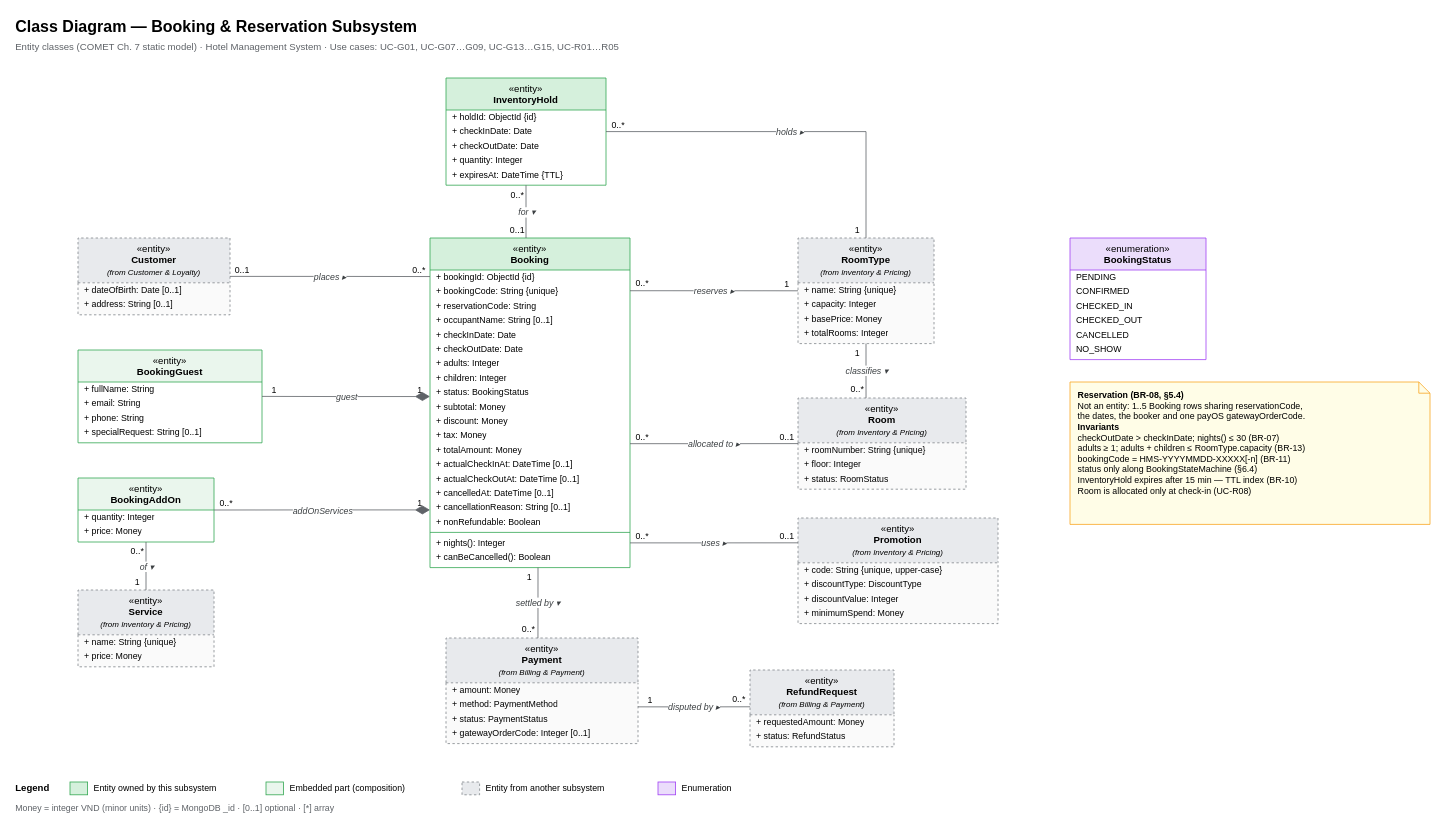
Earlier version of the draw.io diagram diagrams/class_diagrams/02_Booking_Reservation_ClassDiagram.drawio (toikobi401/SWD392). Source tidied: cells renumbered, new cells numbered last; positions are measured from the earlier drawing's top-left corner, leaving out a move shared by most shapes. Both pictures are drawn from the tidied source at 80%, with x=0, y=0 at pixel (14, 14).
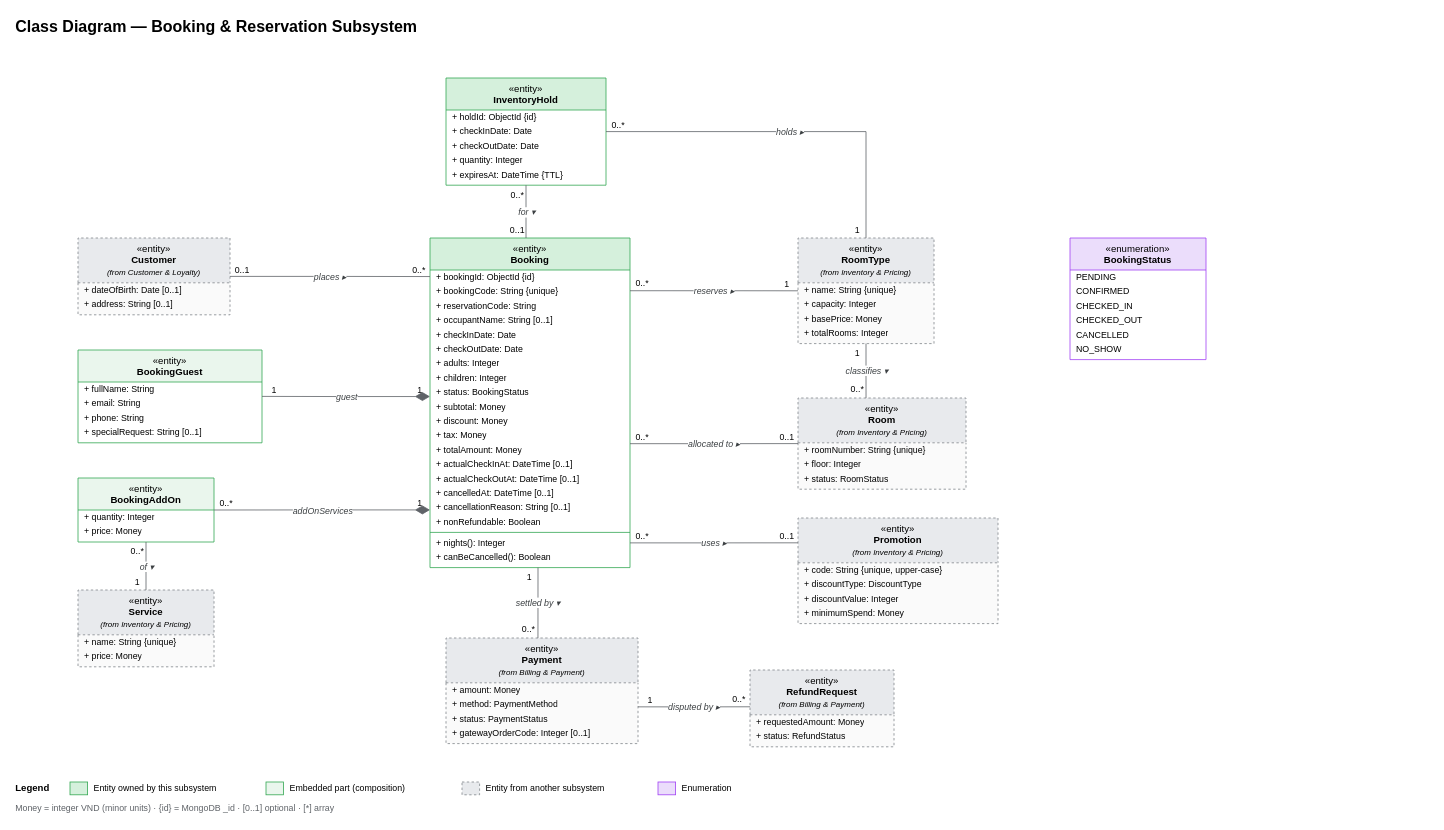
After the change.

Commit message (it also covers changes not shown here):
modified class diagrams

Change to the diagram source:
```diff
@@
-    <mxCell id="3" value="Entity classes (COMET Ch. 7 static model) · Hotel Management System · Use cases: UC-G01, UC-G07…G09, UC-G13…G15, UC-R01…R05" style="text;html=1;align=left;verticalAlign=middle;fontSize=12;fontColor=#5F6368;strokeColor=none;fillColor=none;" parent="1" vertex="1">
-      <mxGeometry y="30" width="1200" height="22" as="geometry" />
-    </mxCell>
@@
-    <mxCell id="75" value="&lt;b&gt;Reservation (BR-08, §5.4)&lt;/b&gt;&lt;br&gt;Not an entity: 1..5 Booking rows sharing reservationCode,&lt;br&gt;the dates, the booker and one payOS gatewayOrderCode.&lt;br&gt;&lt;b&gt;Invariants&lt;/b&gt;&lt;br&gt;checkOutDate &amp;gt; checkInDate;  nights() ≤ 30  (BR-07)&lt;br&gt;adults ≥ 1;  adults + children ≤ RoomType.capacity  (BR-13)&lt;br&gt;bookingCode = HMS-YYYYMMDD-XXXXX[-n]  (BR-11)&lt;br&gt;status only along BookingStateMachine (§6.4)&lt;br&gt;InventoryHold expires after 15 min — TTL index  (BR-10)&lt;br&gt;Room is allocated only at check-in (UC-R08)" style="shape=note;whiteSpace=wrap;html=1;size=14;align=left;verticalAlign=top;spacingLeft=8;spacingTop=4;fontSize=11;fillColor=#FFFDE7;strokeColor=#F9A825;" parent="1" vertex="1">
-      <mxGeometry x="1320" y="460" width="450" height="178" as="geometry" />
-    </mxCell>
```
